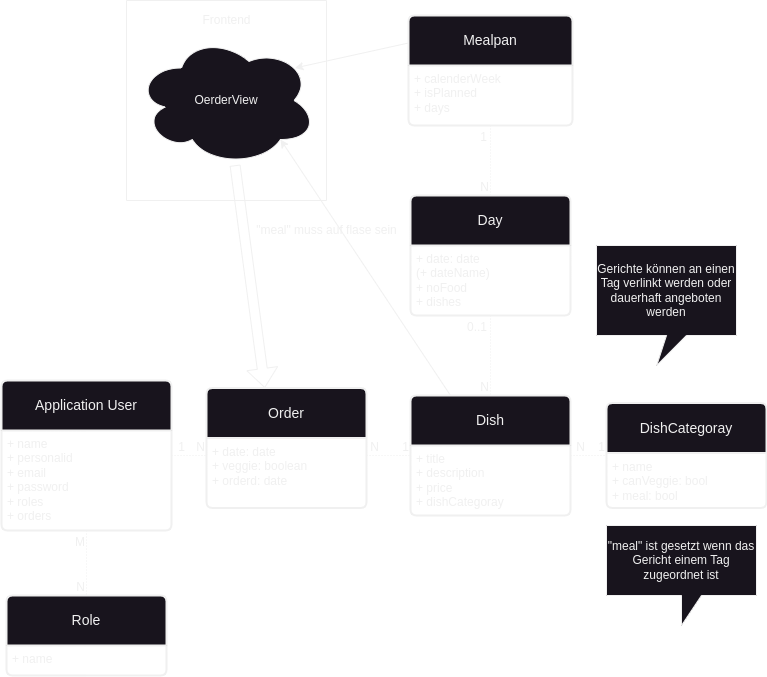
Above: docs/resources/Database.png in Golo300/Kantinerado (draw.io), before the change. Source tidied: cells renumbered, new cells last; positions are measured from the earlier drawing's top-left corner, leaving out a move shared by most shapes.
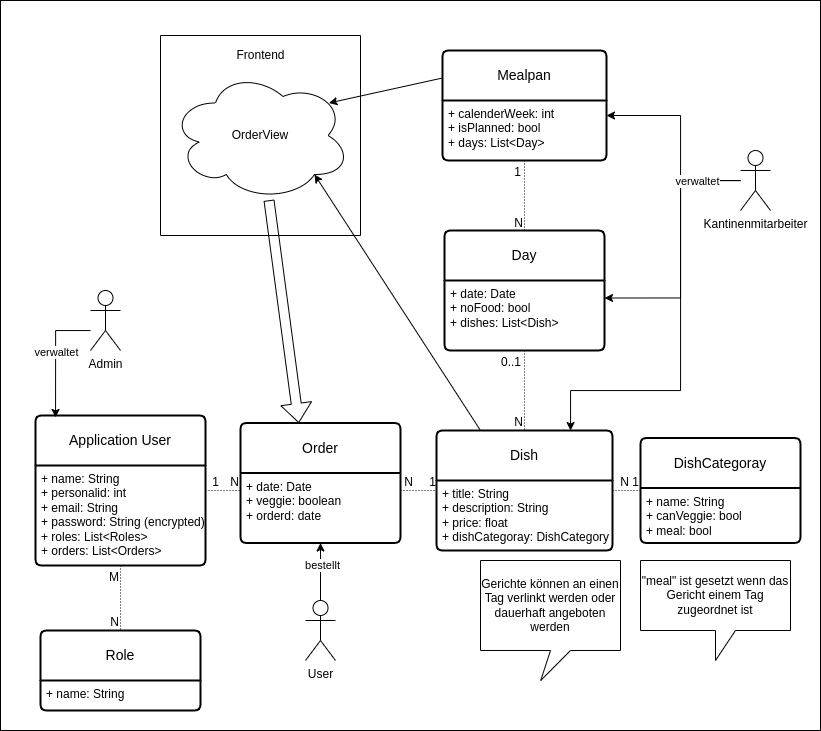
The same diagram one commit later.

What changed in the source:
```diff
@@ -2,28 +2,31 @@
   <root>
     <mxCell id="0" />
     <mxCell id="1" parent="0" />
+    <mxCell id="43" style="rounded=0;whiteSpace=wrap;html=1;" parent="1" vertex="1">
+      <mxGeometry x="-35" y="-35" width="820" height="730" as="geometry" />
+    </mxCell>
     <mxCell id="2" value="Application User" style="swimlane;horizontal=1;startSize=50;rounded=1;fontSize=14;fontStyle=0;strokeWidth=2;shadow=0;dashed=0;align=center;arcSize=4;whiteSpace=wrap;html=1;" parent="1" vertex="1">
       <mxGeometry y="380" width="170" height="150" as="geometry" />
     </mxCell>
-    <mxCell id="3" value="+ name&lt;br&gt;+ personalid&lt;br&gt;+ email&lt;br&gt;+ password&lt;br&gt;+ roles&lt;br&gt;+ orders" style="align=left;strokeColor=none;fillColor=none;spacingLeft=4;fontSize=12;verticalAlign=top;html=1;" parent="2" vertex="1">
+    <mxCell id="3" value="+ name: String&lt;br&gt;+ personalid: int&lt;br&gt;+ email: String&lt;br&gt;+ password: String (encrypted)&lt;br&gt;+ roles: List&amp;lt;Roles&amp;gt;&lt;br&gt;+ orders: List&amp;lt;Orders&amp;gt;" style="align=left;strokeColor=none;fillColor=none;spacingLeft=4;fontSize=12;verticalAlign=top;html=1;" parent="2" vertex="1">
       <mxGeometry y="50" width="170" height="100" as="geometry" />
     </mxCell>
     <mxCell id="4" value="Role" style="swimlane;horizontal=1;startSize=50;rounded=1;fontSize=14;fontStyle=0;strokeWidth=2;shadow=0;dashed=0;align=center;arcSize=4;whiteSpace=wrap;html=1;" parent="1" vertex="1">
       <mxGeometry x="5" y="595" width="160" height="80" as="geometry" />
     </mxCell>
-    <mxCell id="5" value="+ name" style="align=left;strokeColor=none;fillColor=none;spacingLeft=4;fontSize=12;verticalAlign=top;html=1;" parent="4" vertex="1">
+    <mxCell id="5" value="+ name: String" style="align=left;strokeColor=none;fillColor=none;spacingLeft=4;fontSize=12;verticalAlign=top;html=1;" parent="4" vertex="1">
       <mxGeometry y="50" width="160" height="30" as="geometry" />
     </mxCell>
     <mxCell id="6" value="Mealpan" style="swimlane;horizontal=1;startSize=50;rounded=1;fontSize=14;fontStyle=0;strokeWidth=2;shadow=0;dashed=0;align=center;arcSize=4;whiteSpace=wrap;html=1;" parent="1" vertex="1">
       <mxGeometry x="407" y="15" width="164" height="110" as="geometry" />
     </mxCell>
-    <mxCell id="7" value="+ calenderWeek&lt;br&gt;+ isPlanned&lt;br&gt;+ days" style="align=left;strokeColor=none;fillColor=none;spacingLeft=4;fontSize=12;verticalAlign=top;html=1;" parent="6" vertex="1">
+    <mxCell id="7" value="+ calenderWeek: int&lt;br&gt;+ isPlanned: bool&lt;br&gt;+ days: List&amp;lt;Day&amp;gt;" style="align=left;strokeColor=none;fillColor=none;spacingLeft=4;fontSize=12;verticalAlign=top;html=1;" parent="6" vertex="1">
       <mxGeometry y="50" width="164" height="60" as="geometry" />
     </mxCell>
     <mxCell id="8" value="Day" style="swimlane;horizontal=1;startSize=50;rounded=1;fontSize=14;fontStyle=0;strokeWidth=2;shadow=0;dashed=0;align=center;arcSize=4;whiteSpace=wrap;html=1;" parent="1" vertex="1">
       <mxGeometry x="409" y="195" width="160" height="120" as="geometry" />
     </mxCell>
-    <mxCell id="9" value="+ date: date&lt;br&gt;(+ dateName)&lt;br&gt;+ noFood&lt;br&gt;+ dishes" style="align=left;strokeColor=none;fillColor=none;spacingLeft=4;fontSize=12;verticalAlign=top;html=1;" parent="8" vertex="1">
+    <mxCell id="9" value="+ date: Date&lt;br&gt;+ noFood: bool&lt;br&gt;+ dishes: List&amp;lt;Dish&amp;gt;" style="align=left;strokeColor=none;fillColor=none;spacingLeft=4;fontSize=12;verticalAlign=top;html=1;" parent="8" vertex="1">
       <mxGeometry y="50" width="160" height="70" as="geometry" />
     </mxCell>
     <mxCell id="10" style="endArrow=none;html=1;rounded=0;dashed=1;dashPattern=1 2;exitX=0.5;exitY=1;exitDx=0;exitDy=0;entryX=0.5;entryY=0;entryDx=0;entryDy=0;" parent="1" edge="1" source="7" target="8">
@@ -33,10 +36,10 @@
       <mxGeometry x="1" relative="1" as="geometry" />
     </mxCell>
     <mxCell id="12" value="Dish" style="swimlane;horizontal=1;startSize=50;rounded=1;fontSize=14;fontStyle=0;strokeWidth=2;shadow=0;dashed=0;align=center;arcSize=4;whiteSpace=wrap;html=1;" parent="1" vertex="1">
-      <mxGeometry x="409" y="395" width="160" height="120" as="geometry" />
+      <mxGeometry x="401" y="395" width="176" height="120" as="geometry" />
     </mxCell>
-    <mxCell id="13" value="+ title&lt;br&gt;+ description&lt;br&gt;+ price&lt;br&gt;+ dishCategoray" style="align=left;strokeColor=none;fillColor=none;spacingLeft=4;fontSize=12;verticalAlign=top;html=1;" parent="12" vertex="1">
-      <mxGeometry y="50" width="160" height="70" as="geometry" />
+    <mxCell id="13" value="+ title: String&lt;br&gt;+ description: String&lt;br&gt;+ price: float&lt;br&gt;+ dishCategoray: DishCategory" style="align=left;strokeColor=none;fillColor=none;spacingLeft=4;fontSize=12;verticalAlign=top;html=1;" parent="12" vertex="1">
+      <mxGeometry y="50" width="176" height="70" as="geometry" />
     </mxCell>
     <mxCell id="14" style="endArrow=none;html=1;rounded=0;dashed=1;dashPattern=1 2;exitX=0.5;exitY=1;exitDx=0;exitDy=0;entryX=0.5;entryY=0;entryDx=0;entryDy=0;" parent="1" edge="1" source="9" target="12">
       <mxGeometry relative="1" as="geometry" />
@@ -47,7 +50,7 @@
     <mxCell id="16" value="DishCategoray" style="swimlane;horizontal=1;startSize=50;rounded=1;fontSize=14;fontStyle=0;strokeWidth=2;shadow=0;dashed=0;align=center;arcSize=4;whiteSpace=wrap;html=1;" parent="1" vertex="1">
       <mxGeometry x="605" y="402.5" width="160" height="105" as="geometry" />
     </mxCell>
-    <mxCell id="17" value="+ name&lt;br&gt;+ canVeggie: bool&lt;br&gt;+ meal: bool" style="align=left;strokeColor=none;fillColor=none;spacingLeft=4;fontSize=12;verticalAlign=top;html=1;" parent="16" vertex="1">
+    <mxCell id="17" value="+ name: String&lt;br&gt;+ canVeggie: bool&lt;br&gt;+ meal: bool" style="align=left;strokeColor=none;fillColor=none;spacingLeft=4;fontSize=12;verticalAlign=top;html=1;" parent="16" vertex="1">
       <mxGeometry y="50" width="160" height="55" as="geometry" />
     </mxCell>
     <mxCell id="18" style="endArrow=none;html=1;rounded=0;dashed=1;dashPattern=1 2;" parent="1" edge="1" source="12" target="16">
@@ -55,7 +58,7 @@
     </mxCell>
     <mxCell id="19" value="N" style="html=1;whiteSpace=wrap;align=right;verticalAlign=bottom;" parent="18" vertex="1">
       <mxGeometry x="1" relative="1" as="geometry">
-        <mxPoint x="-20" as="offset" />
+        <mxPoint x="-10" as="offset" />
       </mxGeometry>
     </mxCell>
     <mxCell id="20" style="endArrow=none;html=1;rounded=0;dashed=1;dashPattern=1 2;exitX=1;exitY=0.25;exitDx=0;exitDy=0;entryX=0;entryY=0.25;entryDx=0;entryDy=0;" parent="1" edge="1" source="3" target="25">
@@ -73,7 +76,7 @@
     <mxCell id="24" value="Order" style="swimlane;horizontal=1;startSize=50;rounded=1;fontSize=14;fontStyle=0;strokeWidth=2;shadow=0;dashed=0;align=center;arcSize=4;whiteSpace=wrap;html=1;" parent="1" vertex="1">
       <mxGeometry x="205" y="387.5" width="160" height="120" as="geometry" />
     </mxCell>
-    <mxCell id="25" value="+ date: date&lt;br&gt;+ veggie: boolean&lt;br&gt;+ orderd: date" style="align=left;strokeColor=none;fillColor=none;spacingLeft=4;fontSize=12;verticalAlign=top;html=1;" parent="24" vertex="1">
+    <mxCell id="25" value="+ date: Date&lt;br&gt;+ veggie: boolean&lt;br&gt;+ orderd: date" style="align=left;strokeColor=none;fillColor=none;spacingLeft=4;fontSize=12;verticalAlign=top;html=1;" parent="24" vertex="1">
       <mxGeometry y="50" width="160" height="70" as="geometry" />
     </mxCell>
     <mxCell id="26" style="endArrow=none;html=1;rounded=0;dashed=1;dashPattern=1 2;exitX=1;exitY=0.25;exitDx=0;exitDy=0;entryX=0;entryY=0.5;entryDx=0;entryDy=0;" parent="1" edge="1" source="25" target="12">
@@ -83,17 +86,14 @@
       <mxGeometry x="1" relative="1" as="geometry" />
     </mxCell>
     <mxCell id="28" value="Gerichte können an einen Tag verlinkt werden oder dauerhaft angeboten werden" style="shape=callout;whiteSpace=wrap;html=1;perimeter=calloutPerimeter;position2=0.43;" parent="1" vertex="1">
-      <mxGeometry x="595" y="245" width="140" height="120" as="geometry" />
+      <mxGeometry x="445" y="525" width="140" height="120" as="geometry" />
     </mxCell>
     <mxCell id="29" value="&quot;meal&quot; ist gesetzt wenn das Gericht einem Tag zugeordnet ist" style="shape=callout;whiteSpace=wrap;html=1;perimeter=calloutPerimeter;" parent="1" vertex="1">
       <mxGeometry x="605" y="525" width="150" height="100" as="geometry" />
     </mxCell>
-    <mxCell id="30" value="OerderView" style="ellipse;shape=cloud;whiteSpace=wrap;html=1;align=center;" parent="1" vertex="1">
+    <mxCell id="30" value="OrderView" style="ellipse;shape=cloud;whiteSpace=wrap;html=1;align=center;" parent="1" vertex="1">
       <mxGeometry x="135" y="35" width="180" height="130" as="geometry" />
     </mxCell>
-    <mxCell id="31" value="&quot;meal&quot; muss auf flase sein" style="text;html=1;align=center;verticalAlign=middle;strokeColor=none;fillColor=none;" parent="1" vertex="1">
-      <mxGeometry x="245" y="215" width="160" height="30" as="geometry" />
-    </mxCell>
     <mxCell id="32" style="endArrow=classic;html=1;rounded=0;entryX=0.8;entryY=0.8;entryDx=0;entryDy=0;entryPerimeter=0;exitX=0.25;exitY=0;exitDx=0;exitDy=0;" parent="1" edge="1" source="12" target="30">
       <mxGeometry relative="1" as="geometry" />
     </mxCell>
@@ -129,5 +129,60 @@
     <mxCell id="42" value="1" style="html=1;whiteSpace=wrap;align=right;verticalAlign=bottom;" parent="1" vertex="1">
       <mxGeometry x="487" y="145" as="geometry" />
     </mxCell>
+    <mxCell id="44" value="Admin" style="shape=umlActor;verticalLabelPosition=bottom;verticalAlign=top;html=1;outlineConnect=0;" parent="1" vertex="1">
+      <mxGeometry x="55" y="255" width="30" height="60" as="geometry" />
+    </mxCell>
+    <mxCell id="45" style="edgeStyle=orthogonalEdgeStyle;rounded=0;jettySize=auto;html=1;entryX=0.118;entryY=0.013;entryDx=0;entryDy=0;entryPerimeter=0;" parent="1" edge="1" source="44" target="2">
+      <mxGeometry relative="1" as="geometry">
+        <Array as="points">
+          <mxPoint x="20" y="295" />
+        </Array>
+      </mxGeometry>
+    </mxCell>
+    <mxCell id="46" value="verwaltet" style="edgeLabel;html=1;align=center;verticalAlign=middle;" parent="45" vertex="1">
+      <mxGeometry x="-0.07" relative="1" as="geometry" />
+    </mxCell>
+    <mxCell id="47" style="edgeStyle=orthogonalEdgeStyle;rounded=0;jettySize=auto;html=1;entryX=0.5;entryY=1;entryDx=0;entryDy=0;" parent="1" edge="1" source="49" target="25">
+      <mxGeometry relative="1" as="geometry" />
+    </mxCell>
+    <mxCell id="48" value="bestellt" style="edgeLabel;html=1;align=center;verticalAlign=middle;" parent="47" vertex="1">
+      <mxGeometry x="0.23" y="-1" relative="1" as="geometry" />
+    </mxCell>
+    <mxCell id="49" value="User" style="shape=umlActor;verticalLabelPosition=bottom;verticalAlign=top;html=1;outlineConnect=0;" parent="1" vertex="1">
+      <mxGeometry x="270" y="565" width="30" height="60" as="geometry" />
+    </mxCell>
+    <mxCell id="50" style="edgeStyle=orthogonalEdgeStyle;rounded=0;jettySize=auto;html=1;entryX=1;entryY=0.25;entryDx=0;entryDy=0;" parent="1" edge="1" source="54" target="7">
+      <mxGeometry relative="1" as="geometry">
+        <Array as="points">
+          <mxPoint x="645" y="145" />
+          <mxPoint x="645" y="80" />
+        </Array>
+      </mxGeometry>
+    </mxCell>
+    <mxCell id="51" style="edgeStyle=orthogonalEdgeStyle;rounded=0;jettySize=auto;html=1;entryX=1;entryY=0.25;entryDx=0;entryDy=0;" parent="1" edge="1" source="54" target="9">
+      <mxGeometry relative="1" as="geometry">
+        <Array as="points">
+          <mxPoint x="645" y="145" />
+          <mxPoint x="645" y="263" />
+        </Array>
+      </mxGeometry>
+    </mxCell>
+    <mxCell id="52" style="edgeStyle=orthogonalEdgeStyle;rounded=0;jettySize=auto;html=1;" parent="1" edge="1" source="54">
+      <mxGeometry relative="1" as="geometry">
+        <mxPoint x="535" y="395" as="targetPoint" />
+        <Array as="points">
+          <mxPoint x="645" y="145" />
+          <mxPoint x="645" y="355" />
+          <mxPoint x="535" y="355" />
+          <mxPoint x="535" y="395" />
+        </Array>
+      </mxGeometry>
+    </mxCell>
+    <mxCell id="53" value="verwaltet" style="edgeLabel;html=1;align=center;verticalAlign=middle;" parent="52" vertex="1">
+      <mxGeometry x="-0.79" relative="1" as="geometry" />
+    </mxCell>
+    <mxCell id="54" value="Kantinenmitarbeiter" style="shape=umlActor;verticalLabelPosition=bottom;verticalAlign=top;html=1;outlineConnect=0;" parent="1" vertex="1">
+      <mxGeometry x="705" y="115" width="30" height="60" as="geometry" />
+    </mxCell>
   </root>
 </mxGraphModel>
```
